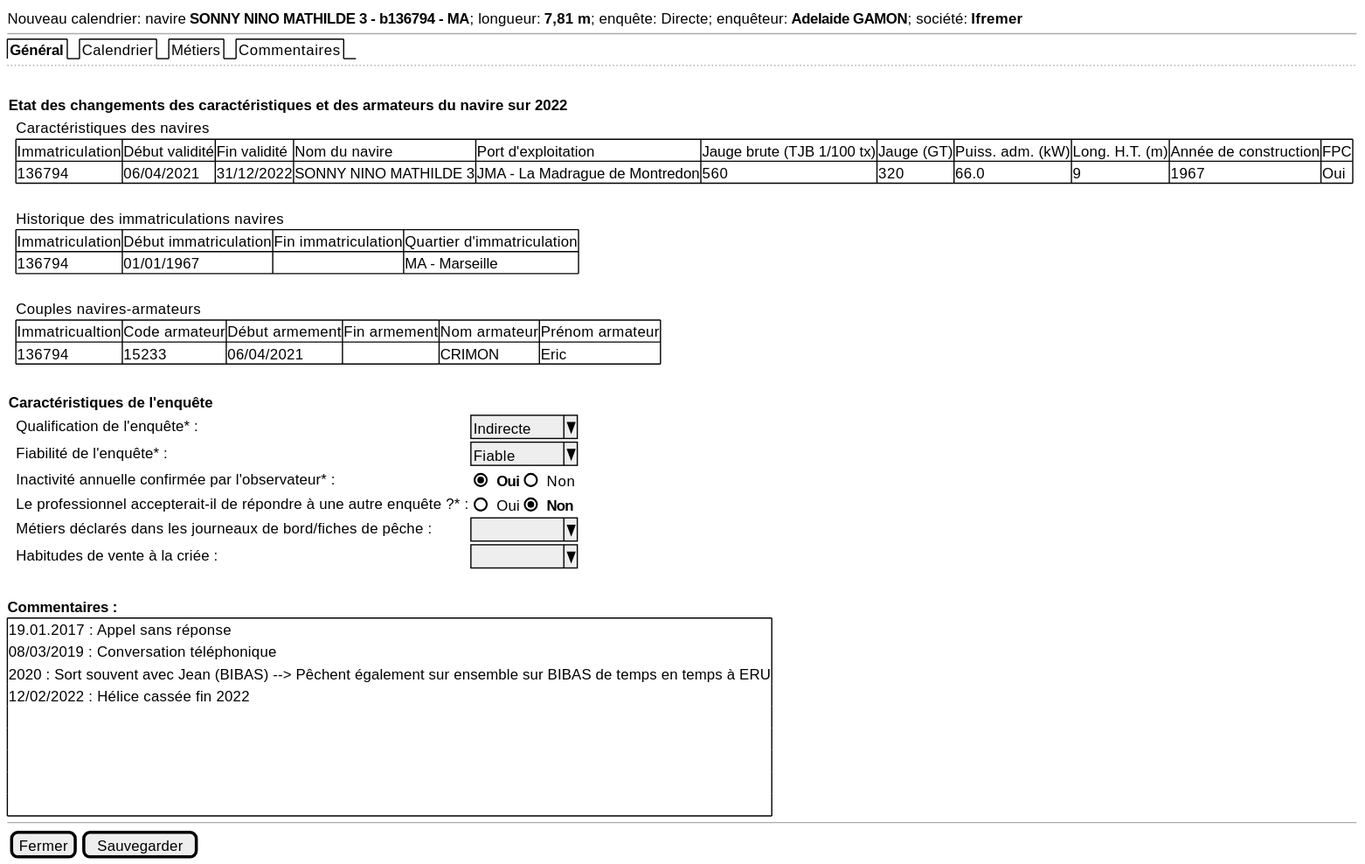
Above: projects/activity-calendar/spe/images/activity-calendar-new-general.svg in sumaris-net/sumaris-doc (PlantUML), before the change.
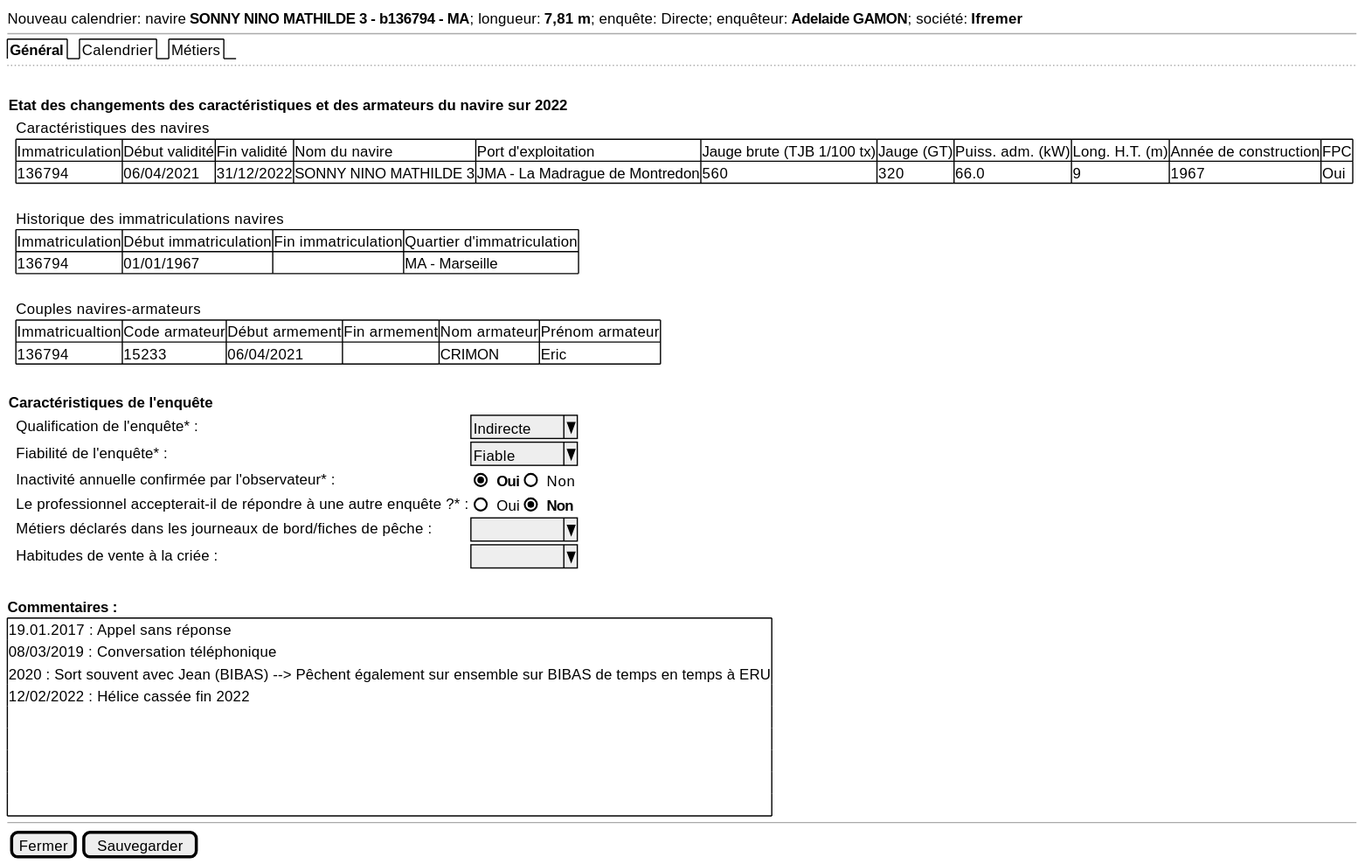
The same diagram one commit later.

What changed in the source:
```diff
@@ -2,7 +2,7 @@
 {
   Nouveau calendrier: navire <b>SONNY NINO MATHILDE 3 - b136794 - MA</b>; longueur: <b>7,81 m</b>; enquête: Directe; enquêteur: <b>Adelaide GAMON</b>; société: <b>Ifremer</b>
   --
-  {/ <b>Général | Calendrier | Métiers | Commentaires }
+  {/ <b>Général | Calendrier | Métiers }
   ..
   .
   {
```
